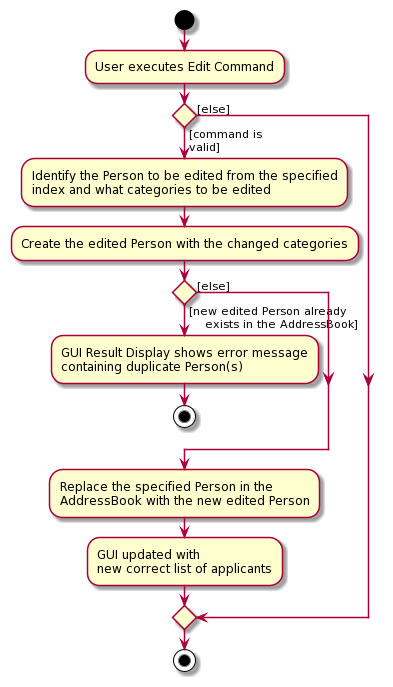
Earlier version of the PlantUML export docs/images/EditCommandActivityDiagram.png (nus-cs2103-AY2122S1/tp).
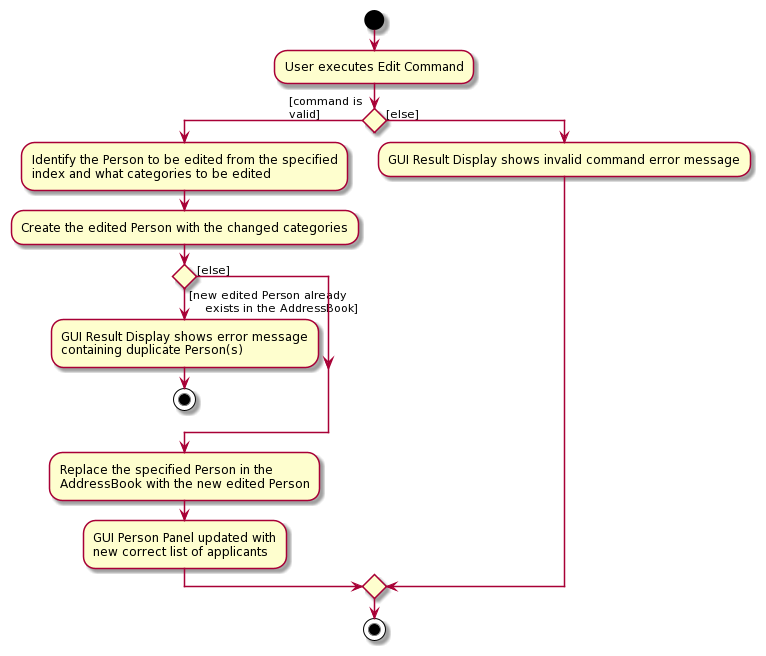
Later version of the same file.

Commit message:
Add in GUI invalid command error message

What changed in the source:
```diff
@@ -24,9 +24,12 @@
     :Replace the specified Person in the
     AddressBook with the new edited Person;
 
-    :GUI updated with
+    :GUI Person Panel updated with
     new correct list of applicants;
 else ([else])
+
+:GUI Result Display shows invalid command error message;
+
 endif
 stop
 @enduml
```
